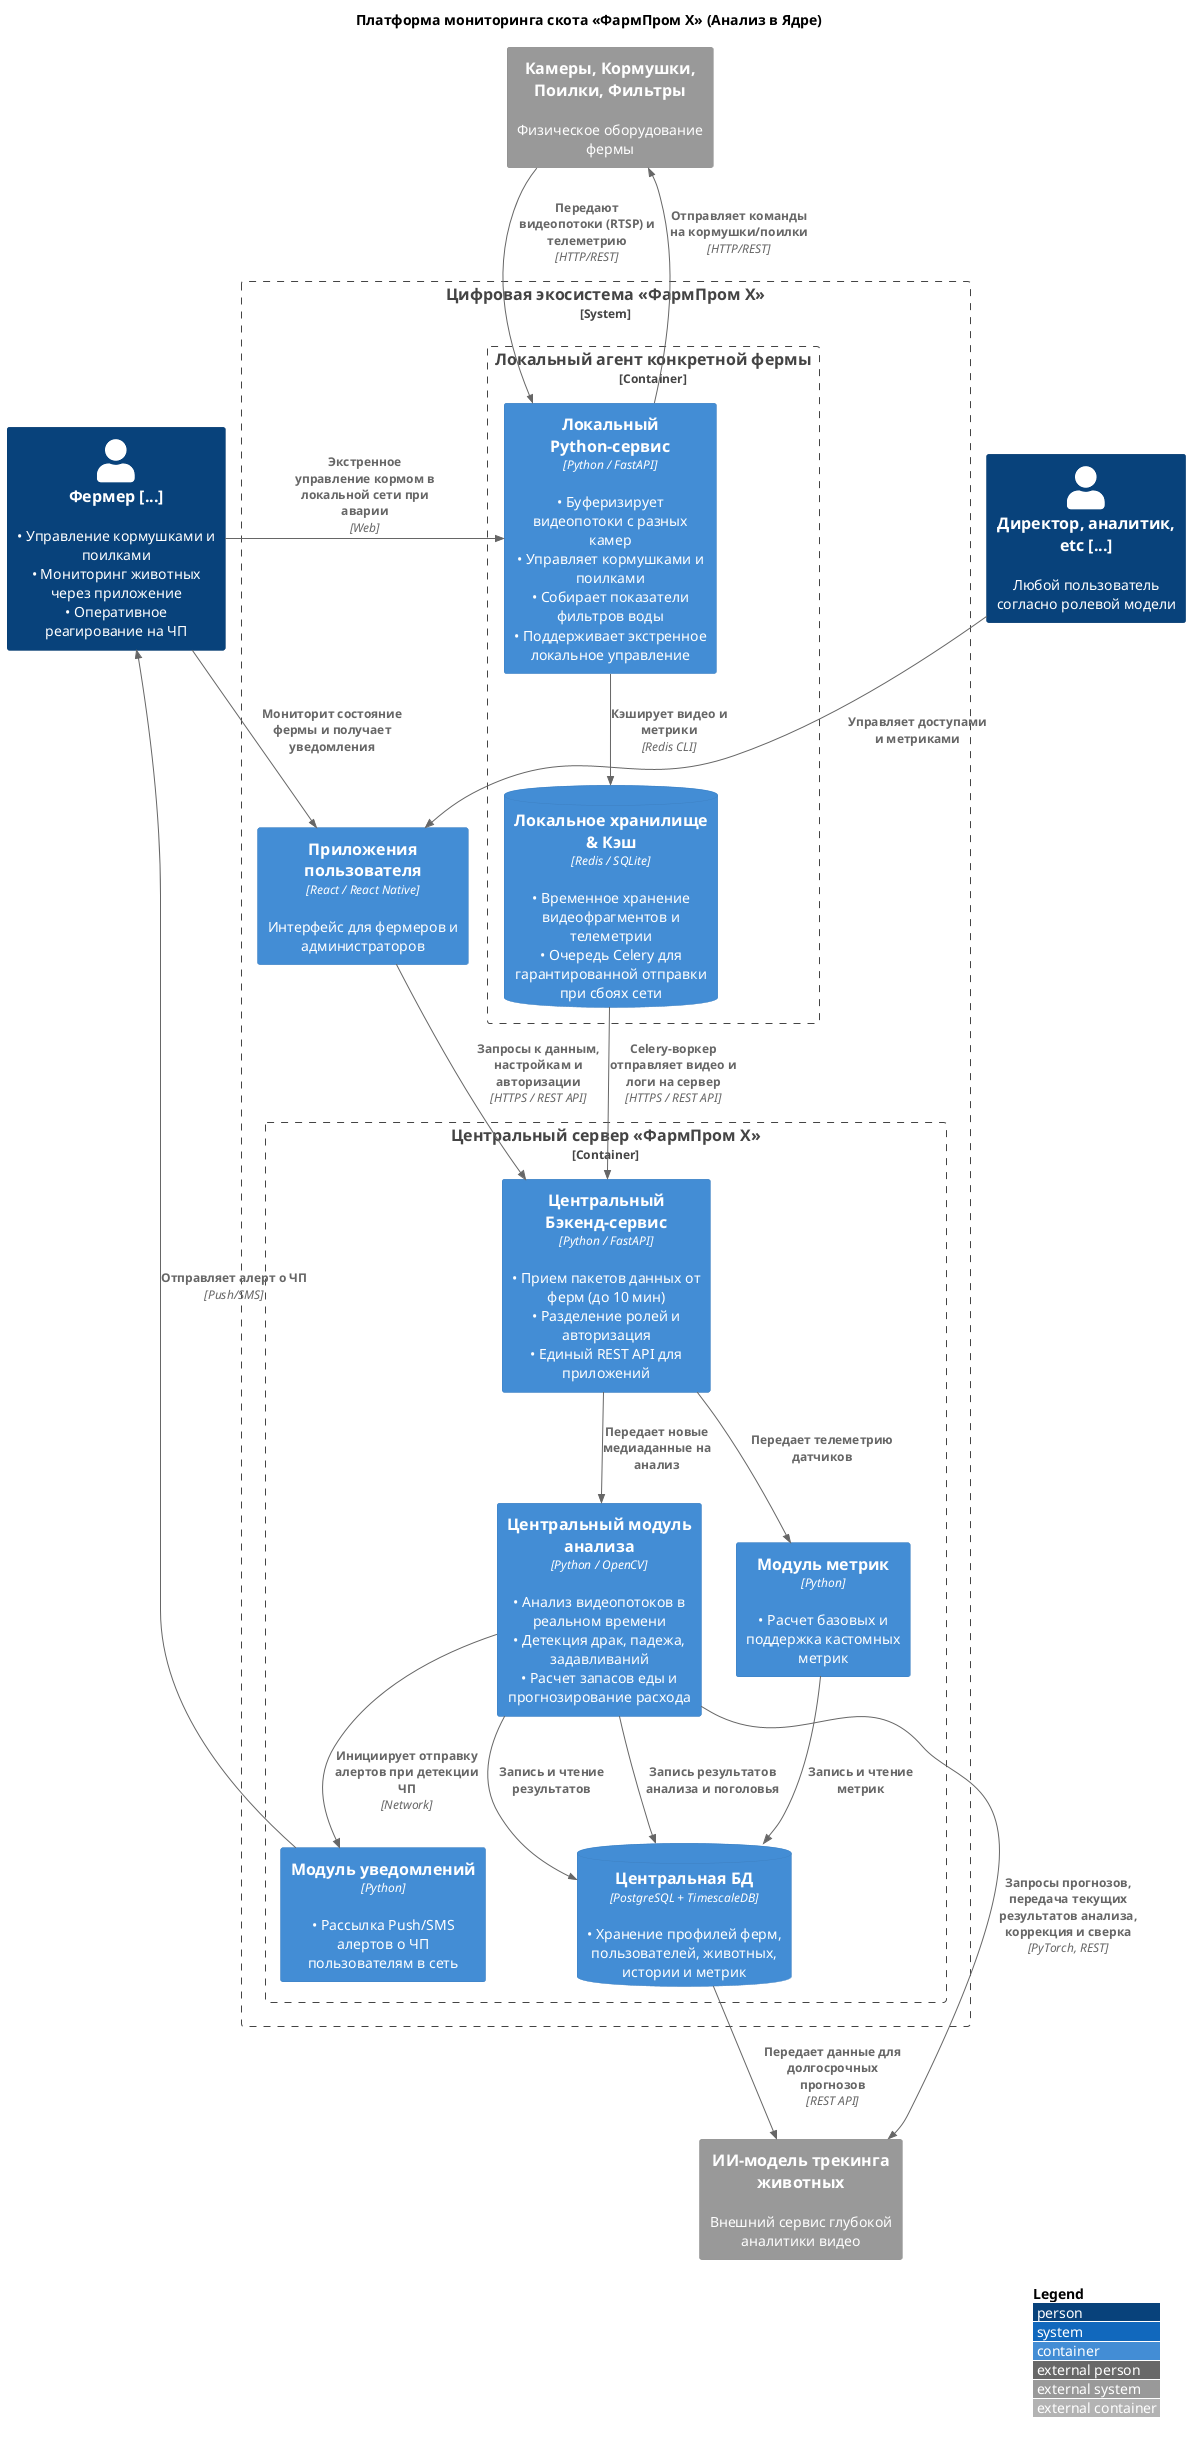
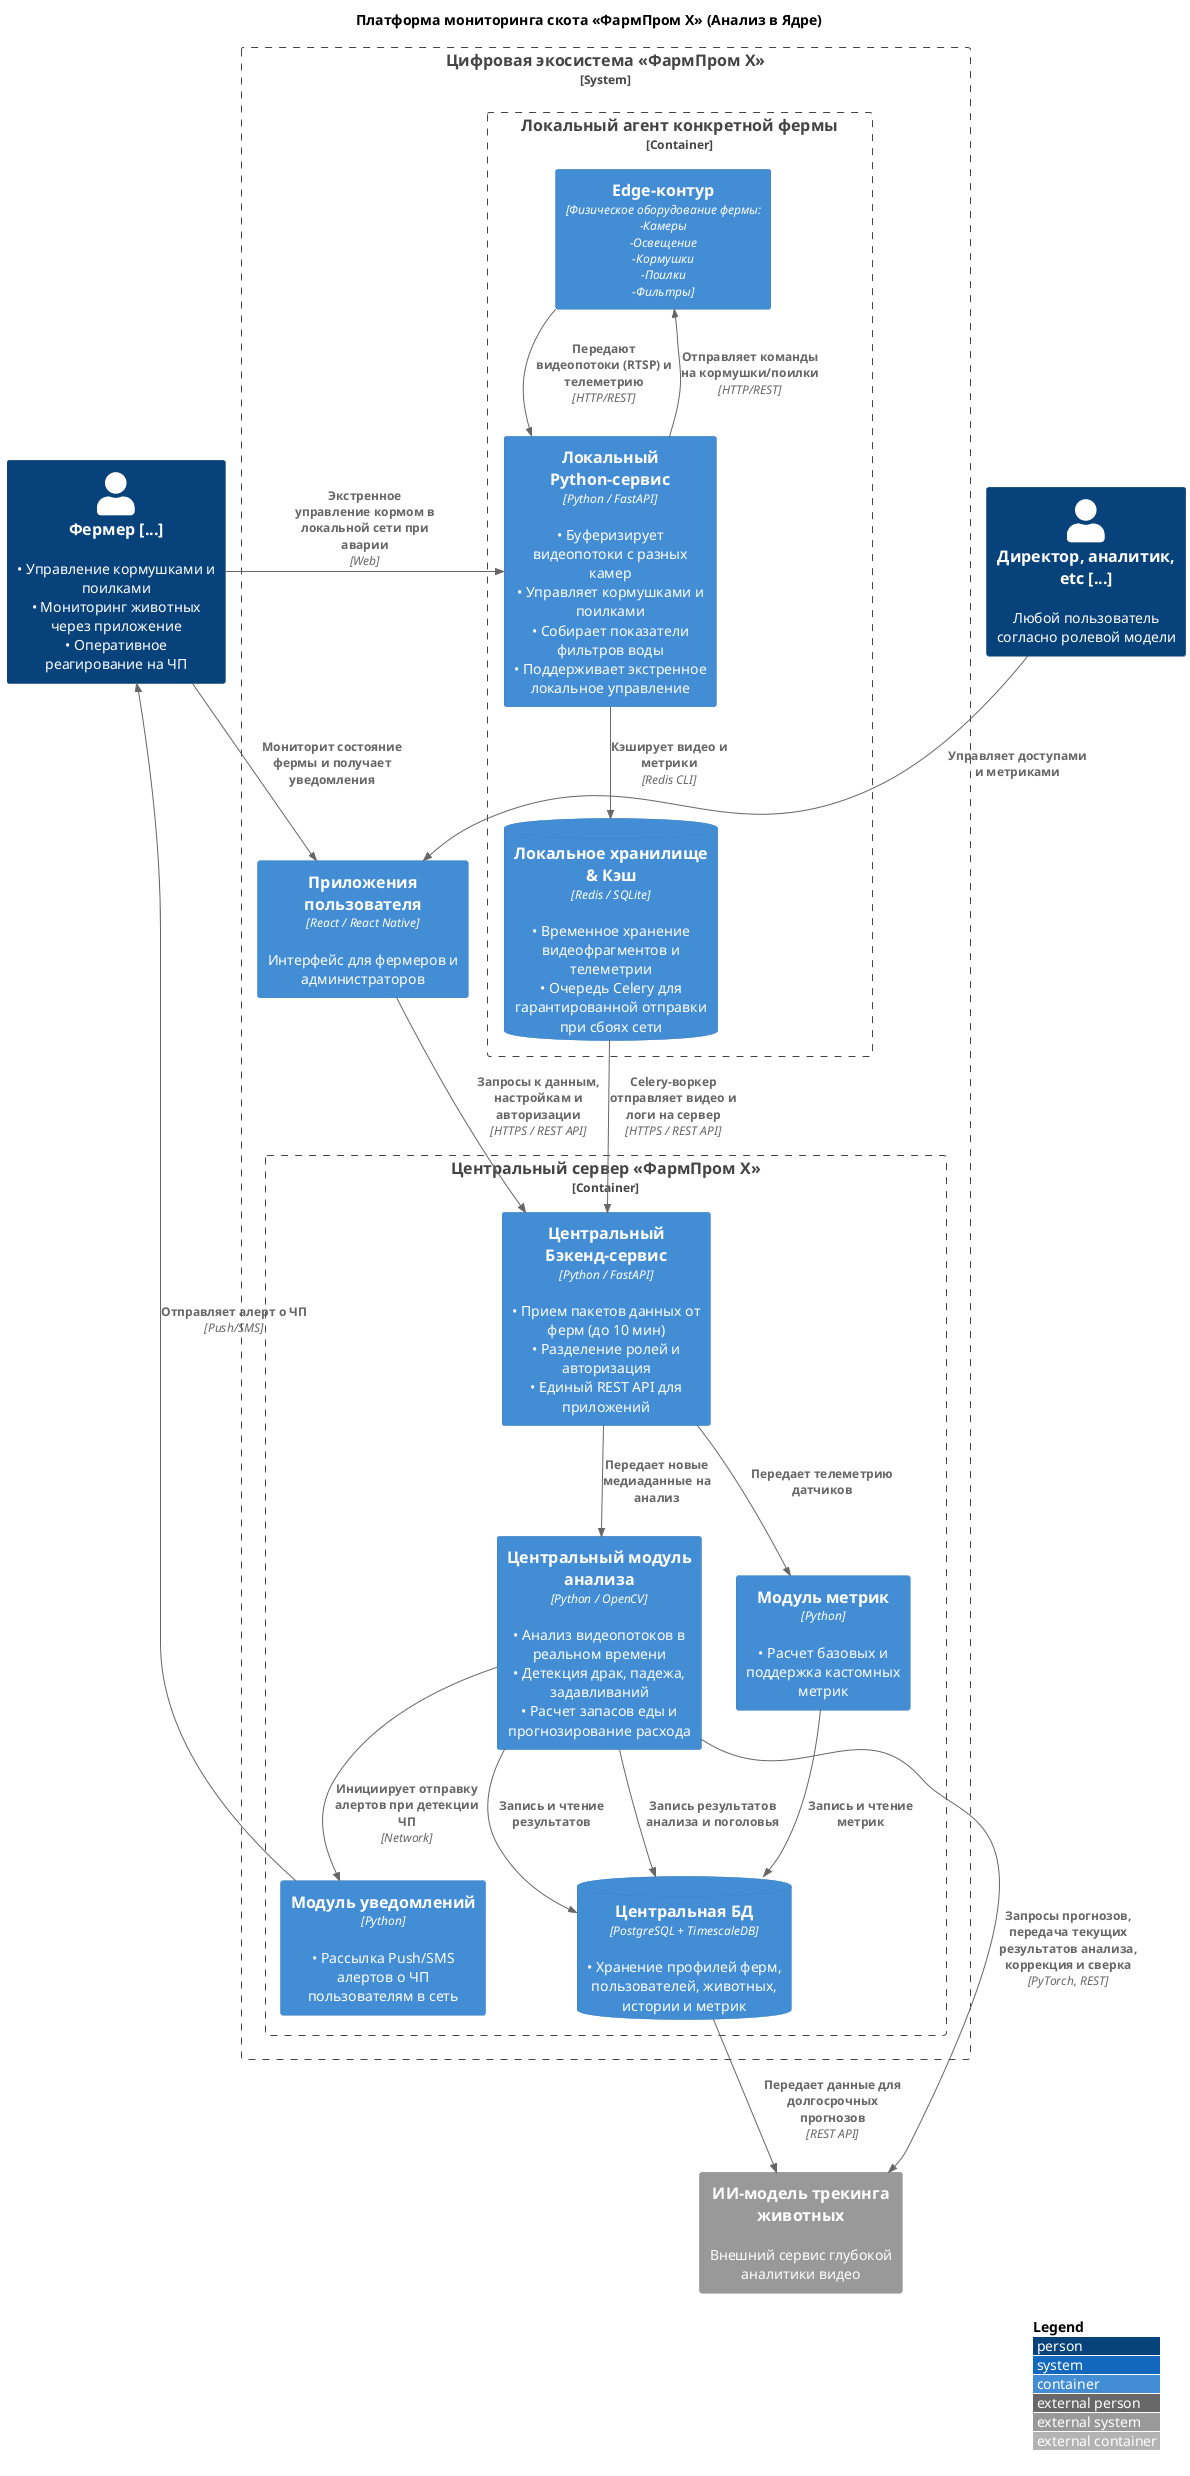
@startuml
!include <C4/C4_Container>

LAYOUT_WITH_LEGEND()

title Платформа мониторинга скота «ФармПром X» (Анализ в Ядре)

' Пользователи
Person(farmer, "Фермер [...]", "• Управление кормушками и поилками\n• Мониторинг животных через приложение\n• Оперативное реагирование на ЧП")
Person(user_admin, "Директор, аналитик, etc [...]", "Любой пользователь согласно ролевой модели")

System_Boundary(farmprom_ecosystem, "Цифровая экосистема «ФармПром X»") {

    ' КОНТУР ЛОКАЛЬНОЙ ФЕРМЫ (Упрощенный сборщик)
    Container_Boundary(local_agent, "Локальный агент конкретной фермы") {
+ Container(hardware, "Edge-контур", "Физическое оборудование фермы:\n-Камеры\n-Освещение\n-Кормушки\n-Поилки\n-Фильтры")
        Container(local_monolith, "Локальный Python-сервис", "Python / FastAPI", "• Буферизирует видеопотоки с разных камер\n• Управляет кормушками и поилками\n• Собирает показатели фильтров воды\n• Поддерживает экстренное локальное управление")
        ContainerDb(local_redis, "Локальное хранилище & Кэш", "Redis / SQLite", "• Временное хранение видеофрагментов и телеметрии\n• Очередь Celery для гарантированной отправки при сбоях сети")
    }

    ' ЦЕНТРАЛЬНый СЕРВЕР (ЯДРО И АНАЛИТИКА)
    Container_Boundary(central_server, "Центральный сервер «ФармПром X»") {
        Container(central_backend, "Центральный Бэкенд-сервис", "Python / FastAPI", "• Прием пакетов данных от ферм (до 10 мин)\n• Разделение ролей и авторизация\n• Единый REST API для приложений")

        Container(central_sa, "Центральный модуль анализа", "Python / OpenCV", "• Анализ видеопотоков в реальном времени\n• Детекция драк, падежа, задавливаний\n• Расчет запасов еды и прогнозирование расхода")

        Container(metrics_mod, "Модуль метрик", "Python", "• Расчет базовых и поддержка кастомных метрик")

        ContainerDb(central_db, "Центральная БД", "PostgreSQL + TimescaleDB", "• Хранение профилей ферм, пользователей, животных, истории и метрик")
        Container(central_notifier, "Модуль уведомлений", "Python", "• Рассылка Push/SMS алертов о ЧП пользователям в сеть")
    }

    ' Пользовательские приложения
    Container(apps, "Приложения пользователя", "React / React Native", "Интерфейс для фермеров и администраторов")
}

' Внешние системы
System_Ext(ext_ai, "ИИ-модель трекинга животных", "Внешний сервис глубокой аналитики видео")
- System_Ext(hardware, "Камеры, Кормушки, Поилки, Фильтры", "Физическое оборудование фермы")
+ 

' ВЗАИМОСВЯЗИ НА ФЕРМЕ
Rel(hardware, local_monolith, "Передают видеопотоки (RTSP) и телеметрию", "HTTP/REST")
Rel(local_monolith, hardware, "Отправляет команды на кормушки/поилки", "HTTP/REST")
Rel(local_monolith, local_redis, "Кэширует видео и метрики", "Redis CLI")
Rel(farmer, local_monolith, "Экстренное управление кормом в локальной сети при аварии", "Web")


' ПРОЦЕССЫ В ЯДРЕ И АЛЕРТЫ
Rel(central_backend, central_sa, "Передает новые медиаданные на анализ")
Rel(central_backend, metrics_mod, "Передает телеметрию датчиков")
Rel(central_notifier, farmer, "Отправляет алерт о ЧП", "Push/SMS")
Rel(local_redis, central_backend, "Celery-воркер отправляет видео и логи на сервер", "HTTPS / REST API")
Rel(central_sa,ext_ai,"Запросы прогнозов, передача текущих результатов анализа, коррекция и сверка", "PyTorch, REST")
Rel(central_sa,central_db,"Запись и чтение результатов")
Rel(central_sa,central_notifier,"Инициирует отправку алертов при детекции ЧП", "Network")


' ДОСТУП К ДАННЫМ И НАСТРОЙКИ
Rel(farmer, apps, "Мониторит состояние фермы и получает уведомления")
Rel(user_admin, apps, "Управляет доступами и метриками")
Rel(apps, central_backend, "Запросы к данным, настройкам и авторизации", "HTTPS / REST API")
Rel(metrics_mod, central_db, "Запись и чтение метрик")
Rel(central_sa, central_db, "Запись результатов анализа и поголовья")
Rel(central_db, ext_ai, "Передает данные для долгосрочных прогнозов", "REST API")

@enduml
